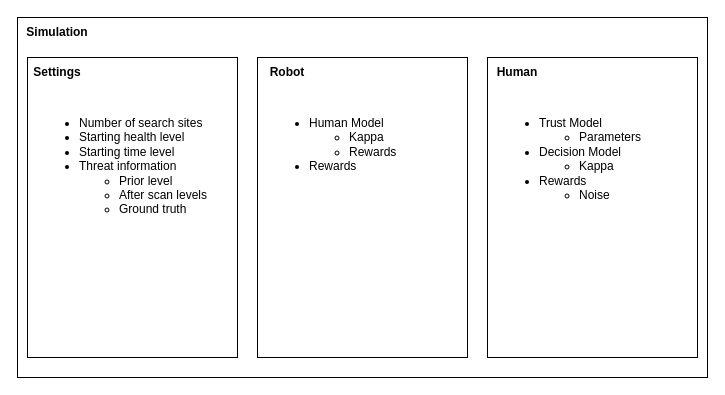
shreyasb032/phase3-sim keeps this draw.io diagram as Simulation-settings.drawio. Above is the earlier version. Source tidied: cells renumbered, new cells numbered last; positions are measured from the earlier drawing's top-left corner, leaving out a move shared by most shapes. Both pictures are drawn from the tidied source at 100%, with x=0, y=0 at pixel (17, 17).
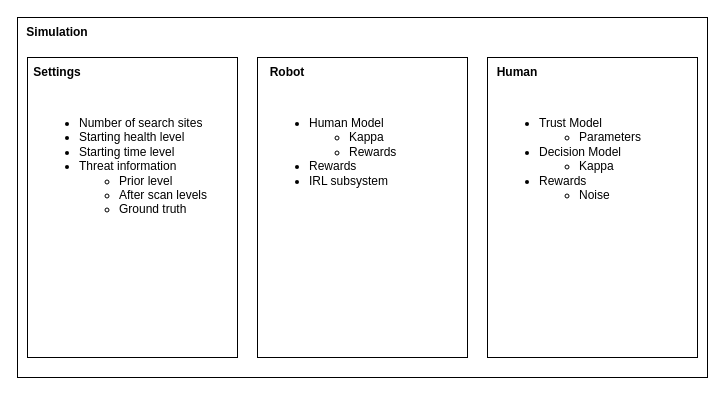
The same diagram, later.

What changed in the source:
```diff
@@
 <mxGraphModel>
   <root>
     <mxCell id="0" />
     <mxCell id="1" parent="0" />
     <mxCell id="2" style="rounded=0;whiteSpace=wrap;html=1;" parent="1" vertex="1">
       <mxGeometry width="690" height="360" as="geometry" />
     </mxCell>
     <mxCell id="3" value="&lt;b&gt;Simulation&lt;/b&gt;" style="text;html=1;align=center;verticalAlign=middle;whiteSpace=wrap;rounded=0;" parent="1" vertex="1">
       <mxGeometry width="80" height="30" as="geometry" />
     </mxCell>
     <mxCell id="4" style="group;" parent="1" vertex="1">
       <mxGeometry x="10" y="40" width="210" height="300" as="geometry" />
     </mxCell>
     <mxCell id="5" style="rounded=0;whiteSpace=wrap;html=1;" parent="4" vertex="1">
       <mxGeometry width="210" height="300" as="geometry" />
     </mxCell>
     <mxCell id="6" value="&lt;b&gt;Settings&lt;/b&gt;" style="text;html=1;align=center;verticalAlign=middle;whiteSpace=wrap;rounded=0;" parent="4" vertex="1">
       <mxGeometry width="60" height="30" as="geometry" />
     </mxCell>
     <mxCell id="7" value="&lt;ul&gt;&lt;li&gt;Number of search sites&lt;/li&gt;&lt;li&gt;Starting health level&lt;/li&gt;&lt;li&gt;Starting time level&lt;/li&gt;&lt;li&gt;Threat information&lt;/li&gt;&lt;ul&gt;&lt;li&gt;Prior level&lt;/li&gt;&lt;li&gt;After scan levels&lt;/li&gt;&lt;li&gt;Ground truth&lt;/li&gt;&lt;/ul&gt;&lt;/ul&gt;" style="text;html=1;align=left;verticalAlign=top;whiteSpace=wrap;rounded=0;horizontal=1;strokeColor=none;" parent="4" vertex="1">
       <mxGeometry x="10" y="40" width="190" height="250" as="geometry" />
     </mxCell>
     <mxCell id="8" style="group;" parent="1" vertex="1">
       <mxGeometry x="240" y="40" width="210" height="300" as="geometry" />
     </mxCell>
     <mxCell id="9" style="rounded=0;whiteSpace=wrap;html=1;" parent="8" vertex="1">
       <mxGeometry width="210" height="300" as="geometry" />
     </mxCell>
     <mxCell id="10" value="&lt;b&gt;Robot&lt;/b&gt;" style="text;html=1;align=center;verticalAlign=middle;whiteSpace=wrap;rounded=0;" parent="8" vertex="1">
       <mxGeometry width="60" height="30" as="geometry" />
     </mxCell>
-    <mxCell id="11" value="&lt;ul&gt;&lt;li&gt;Human Model&lt;/li&gt;&lt;ul&gt;&lt;li&gt;Kappa&lt;/li&gt;&lt;li&gt;Rewards&lt;/li&gt;&lt;/ul&gt;&lt;li&gt;Rewards&lt;/li&gt;&lt;/ul&gt;" style="text;html=1;align=left;verticalAlign=top;whiteSpace=wrap;rounded=0;horizontal=1;strokeColor=none;" parent="8" vertex="1">
+    <mxCell id="11" value="&lt;ul&gt;&lt;li&gt;Human Model&lt;/li&gt;&lt;ul&gt;&lt;li&gt;Kappa&lt;/li&gt;&lt;li&gt;Rewards&lt;/li&gt;&lt;/ul&gt;&lt;li&gt;Rewards&lt;/li&gt;&lt;li&gt;IRL subsystem&lt;/li&gt;&lt;/ul&gt;" style="text;html=1;align=left;verticalAlign=top;whiteSpace=wrap;rounded=0;horizontal=1;strokeColor=none;" parent="8" vertex="1">
       <mxGeometry x="10" y="40" width="190" height="250" as="geometry" />
     </mxCell>
     <mxCell id="12" style="group;" parent="1" vertex="1">
       <mxGeometry x="470" y="40" width="210" height="300" as="geometry" />
     </mxCell>
     <mxCell id="13" style="rounded=0;whiteSpace=wrap;html=1;" parent="12" vertex="1">
       <mxGeometry width="210" height="300" as="geometry" />
     </mxCell>
     <mxCell id="14" value="&lt;b&gt;Human&lt;/b&gt;" style="text;html=1;align=center;verticalAlign=middle;whiteSpace=wrap;rounded=0;" parent="12" vertex="1">
       <mxGeometry width="60" height="30" as="geometry" />
     </mxCell>
     <mxCell id="15" value="&lt;ul&gt;&lt;li&gt;Trust Model&lt;/li&gt;&lt;ul&gt;&lt;li&gt;Parameters&lt;/li&gt;&lt;/ul&gt;&lt;li&gt;Decision Model&lt;/li&gt;&lt;ul&gt;&lt;li&gt;Kappa&lt;/li&gt;&lt;/ul&gt;&lt;li&gt;Rewards&lt;/li&gt;&lt;ul&gt;&lt;li&gt;Noise&lt;/li&gt;&lt;/ul&gt;&lt;/ul&gt;" style="text;html=1;align=left;verticalAlign=top;whiteSpace=wrap;rounded=0;horizontal=1;fillColor=none;strokeColor=none;" parent="12" vertex="1">
       <mxGeometry x="10" y="40" width="190" height="250" as="geometry" />
     </mxCell>
   </root>
 </mxGraphModel>
```
